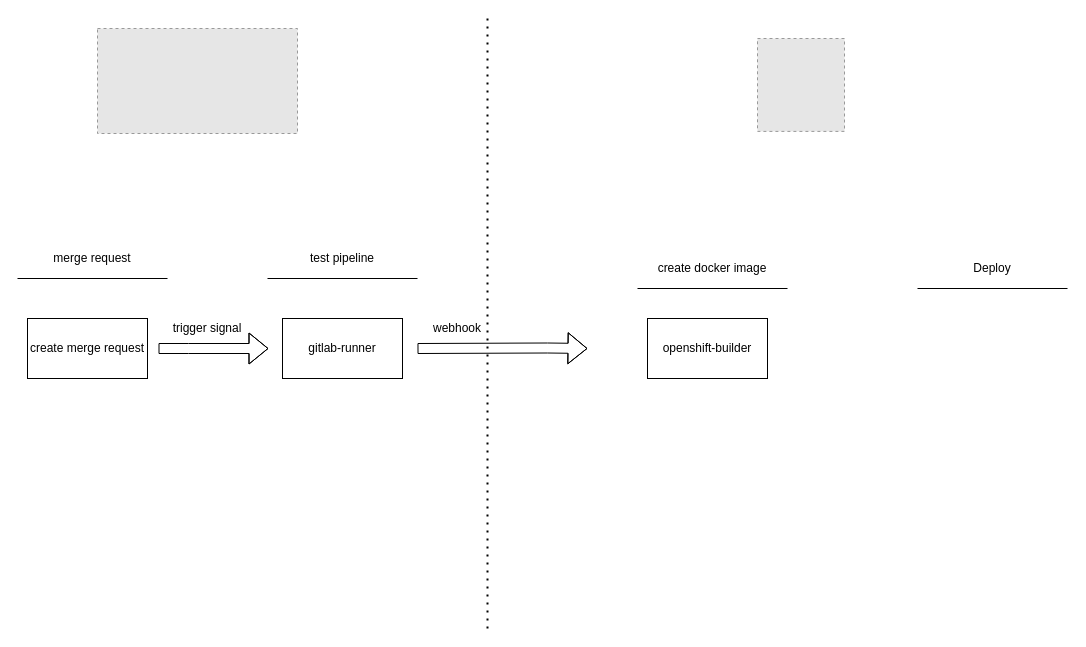
alimoslehirad/Devops keeps this draw.io diagram as CiCd.drawio. Above is the earlier version. Source tidied: cells renumbered, new cells numbered last; positions are measured from the earlier drawing's top-left corner, leaving out a move shared by most shapes. Both pictures are drawn from the tidied source at 100%, with x=0, y=0 at pixel (17, 18). Pictures stored in the file or linked from it are replaced by grey dashed boxes.
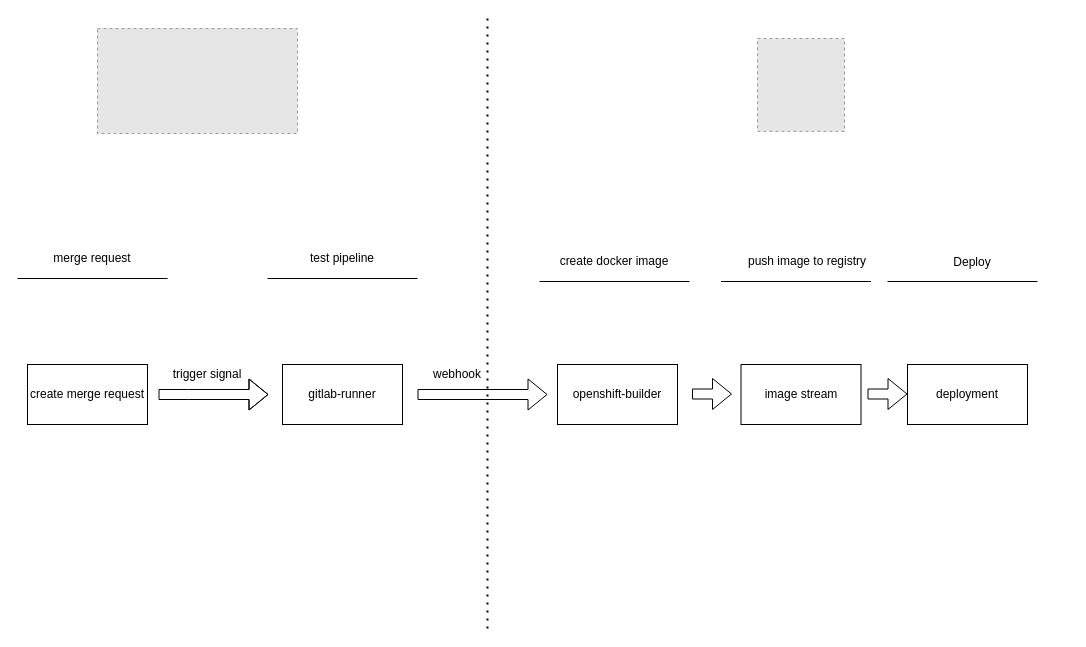
After the change.

Change to the diagram source:
```diff
@@
     <mxCell id="2" value="create merge request " style="rounded=0;whiteSpace=wrap;html=1;" parent="1" vertex="1">
-      <mxGeometry x="10" y="300" width="120" height="60" as="geometry" />
+      <mxGeometry x="10" y="346" width="120" height="60" as="geometry" />
     </mxCell>
@@
     <mxCell id="7" style="endArrow=none;html=1;" parent="1" edge="1">
       <mxGeometry relative="1" as="geometry">
-        <mxPoint x="620" y="270" as="sourcePoint" />
-        <mxPoint x="770" y="270" as="targetPoint" />
+        <mxPoint x="522" y="263" as="sourcePoint" />
+        <mxPoint x="672" y="263" as="targetPoint" />
       </mxGeometry>
     </mxCell>
     <mxCell id="8" value="create docker image" style="text;html=1;strokeColor=none;fillColor=none;align=center;verticalAlign=middle;whiteSpace=wrap;rounded=0;" parent="1" vertex="1">
-      <mxGeometry x="620" y="240" width="150" height="20" as="geometry" />
+      <mxGeometry x="522" y="233" width="150" height="20" as="geometry" />
     </mxCell>
     <mxCell id="9" style="endArrow=none;html=1;" parent="1" edge="1">
       <mxGeometry relative="1" as="geometry">
-        <mxPoint x="900" y="270" as="sourcePoint" />
-        <mxPoint x="1050" y="270" as="targetPoint" />
+        <mxPoint x="703.5" y="263" as="sourcePoint" />
+        <mxPoint x="853.5" y="263" as="targetPoint" />
       </mxGeometry>
     </mxCell>
-    <mxCell id="10" value="Deploy" style="text;html=1;strokeColor=none;fillColor=none;align=center;verticalAlign=middle;whiteSpace=wrap;rounded=0;" parent="1" vertex="1">
-      <mxGeometry x="900" y="240" width="150" height="20" as="geometry" />
+    <mxCell id="10" value="push image to registry" style="text;html=1;strokeColor=none;fillColor=none;align=center;verticalAlign=middle;whiteSpace=wrap;rounded=0;" parent="1" vertex="1">
+      <mxGeometry x="714.5" y="233" width="150" height="20" as="geometry" />
     </mxCell>
@@
     <mxCell id="14" value="gitlab-runner" style="rounded=0;whiteSpace=wrap;html=1;" parent="1" vertex="1">
-      <mxGeometry x="265" y="300" width="120" height="60" as="geometry" />
+      <mxGeometry x="265" y="346" width="120" height="60" as="geometry" />
     </mxCell>
     <mxCell id="15" style="shape=flexArrow;endArrow=classic;html=1;" parent="1" edge="1">
       <mxGeometry relative="1" as="geometry">
-        <mxPoint x="141" y="330" as="sourcePoint" />
-        <mxPoint x="251" y="330" as="targetPoint" />
+        <mxPoint x="141" y="376" as="sourcePoint" />
+        <mxPoint x="251" y="376" as="targetPoint" />
         <Array as="points">
-          <mxPoint x="171" y="330" />
+          <mxPoint x="171" y="376" />
         </Array>
       </mxGeometry>
     </mxCell>
     <mxCell id="16" style="shape=flexArrow;endArrow=classic;html=1;" parent="1" edge="1">
       <mxGeometry relative="1" as="geometry">
-        <mxPoint x="400" y="330" as="sourcePoint" />
-        <mxPoint x="570" y="330" as="targetPoint" />
-        <Array as="points">
-          <mxPoint x="530" y="329.5" />
-        </Array>
+        <mxPoint x="400" y="376" as="sourcePoint" />
+        <mxPoint x="530" y="376" as="targetPoint" />
       </mxGeometry>
     </mxCell>
     <mxCell id="17" value="openshift-builder" style="rounded=0;whiteSpace=wrap;html=1;" parent="1" vertex="1">
-      <mxGeometry x="630" y="300" width="120" height="60" as="geometry" />
+      <mxGeometry x="540" y="346" width="120" height="60" as="geometry" />
     </mxCell>
     <mxCell id="18" value="trigger signal" style="text;html=1;strokeColor=none;fillColor=none;align=center;verticalAlign=middle;whiteSpace=wrap;rounded=0;" parent="1" vertex="1">
-      <mxGeometry x="150" y="300" width="80" height="20" as="geometry" />
+      <mxGeometry x="150" y="346" width="80" height="20" as="geometry" />
     </mxCell>
     <mxCell id="19" value="webhook" style="text;html=1;strokeColor=none;fillColor=none;align=center;verticalAlign=middle;whiteSpace=wrap;rounded=0;" parent="1" vertex="1">
-      <mxGeometry x="400" y="300" width="80" height="20" as="geometry" />
+      <mxGeometry x="400" y="346" width="80" height="20" as="geometry" />
     </mxCell>
+    <mxCell id="20" value="image stream" style="rounded=0;whiteSpace=wrap;html=1;" parent="1" vertex="1">
+      <mxGeometry x="723.5" y="346" width="120" height="60" as="geometry" />
+    </mxCell>
+    <mxCell id="21" style="endArrow=none;html=1;" parent="1" edge="1">
+      <mxGeometry relative="1" as="geometry">
+        <mxPoint x="870" y="263" as="sourcePoint" />
+        <mxPoint x="1020" y="263" as="targetPoint" />
+      </mxGeometry>
+    </mxCell>
+    <mxCell id="22" value="Deploy" style="text;html=1;strokeColor=none;fillColor=none;align=center;verticalAlign=middle;whiteSpace=wrap;rounded=0;" parent="1" vertex="1">
+      <mxGeometry x="880" y="234" width="150" height="20" as="geometry" />
+    </mxCell>
+    <mxCell id="23" value="deployment" style="rounded=0;whiteSpace=wrap;html=1;" parent="1" vertex="1">
+      <mxGeometry x="890" y="346" width="120" height="60" as="geometry" />
+    </mxCell>
+    <mxCell id="24" style="shape=flexArrow;endArrow=classic;html=1;" parent="1" edge="1">
+      <mxGeometry relative="1" as="geometry">
+        <mxPoint x="674.5" y="375.5" as="sourcePoint" />
+        <mxPoint x="714.5" y="375.5" as="targetPoint" />
+      </mxGeometry>
+    </mxCell>
+    <mxCell id="25" style="shape=flexArrow;endArrow=classic;html=1;" parent="1" edge="1">
+      <mxGeometry relative="1" as="geometry">
+        <mxPoint x="850" y="375.5" as="sourcePoint" />
+        <mxPoint x="890" y="375.5" as="targetPoint" />
+      </mxGeometry>
+    </mxCell>
```
